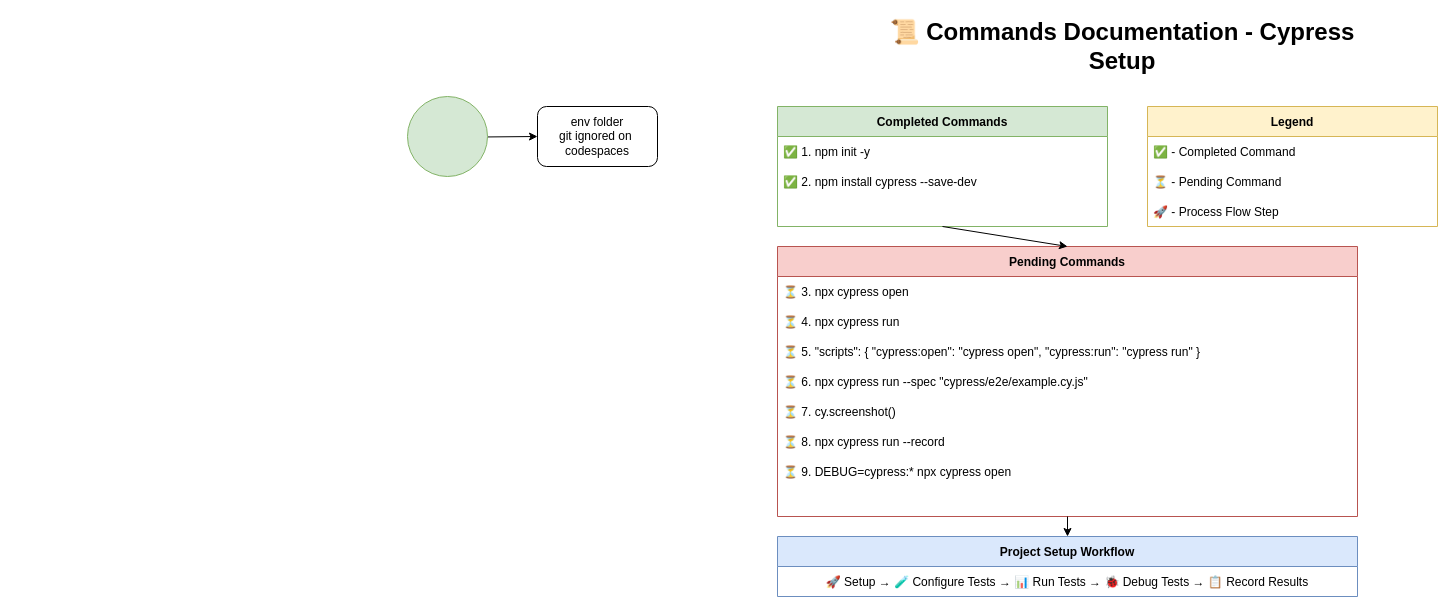
This is 2_✈️_Journey/2.3.1_journey.drawio from JPHardy/Cypress, a draw.io file, before an edit. Source tidied: cells renumbered, new cells numbered last; positions are measured from the earlier drawing's top-left corner, leaving out a move shared by most shapes. Both pictures are drawn from the tidied source at 100%, with x=0, y=0 at pixel (407, 26).
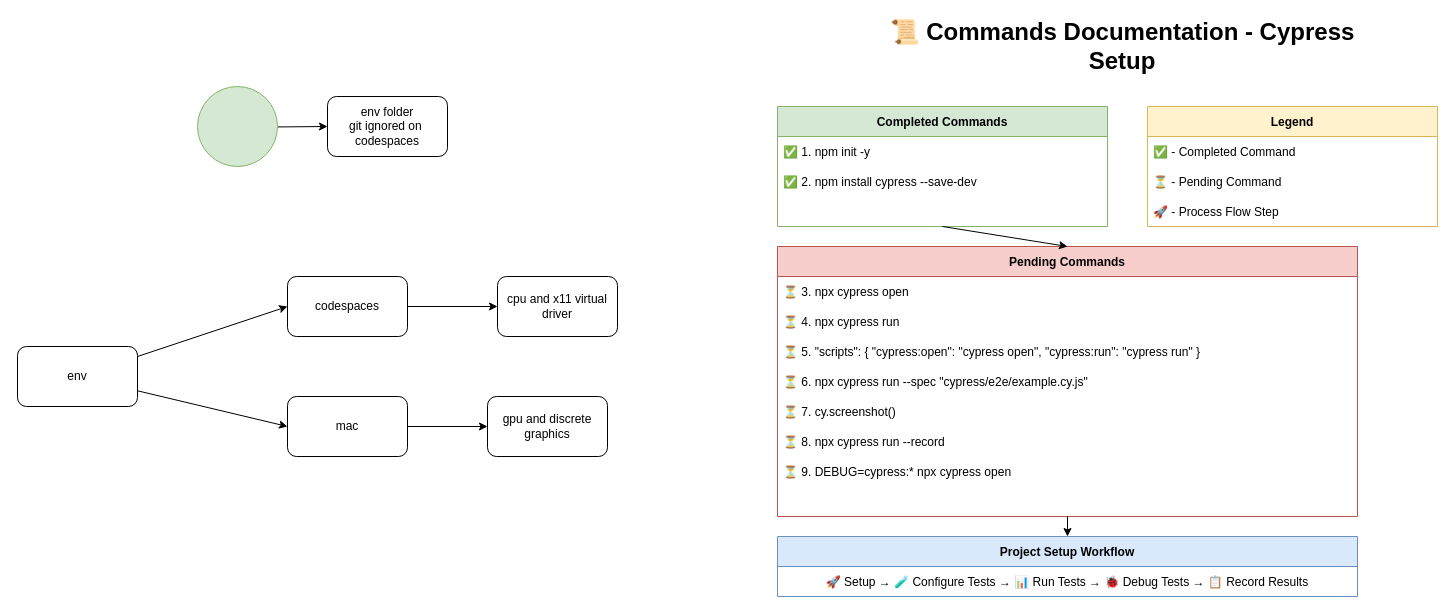
Above is the later version.

Commit message (it also covers changes not shown here):
Add Cypress setup guide for GitHub Codespaces and update journey diagram

The edit, as a diff of the source:
```diff
@@
     <mxCell id="22" value="env folder&lt;div&gt;git ignored on&amp;nbsp;&lt;/div&gt;&lt;div&gt;codespaces&lt;/div&gt;" style="rounded=1;whiteSpace=wrap;html=1;" parent="1" vertex="1">
-      <mxGeometry x="130" y="80" width="120" height="60" as="geometry" />
+      <mxGeometry x="-80" y="70" width="120" height="60" as="geometry" />
     </mxCell>
@@
     <mxCell id="24" style="ellipse;whiteSpace=wrap;html=1;fillColor=#d5e8d4;strokeColor=#82b366;" parent="1" vertex="1">
-      <mxGeometry y="70" width="80" height="80" as="geometry" />
+      <mxGeometry x="-210" y="60" width="80" height="80" as="geometry" />
     </mxCell>
+    <mxCell id="25" style="edgeStyle=none;html=1;entryX=0;entryY=0.5;entryDx=0;entryDy=0;" parent="1" edge="1" source="27" target="29">
+      <mxGeometry relative="1" as="geometry" />
+    </mxCell>
+    <mxCell id="26" style="edgeStyle=none;html=1;entryX=0;entryY=0.5;entryDx=0;entryDy=0;" parent="1" edge="1" source="27" target="31">
+      <mxGeometry relative="1" as="geometry" />
+    </mxCell>
+    <mxCell id="27" value="env" style="rounded=1;whiteSpace=wrap;html=1;" parent="1" vertex="1">
+      <mxGeometry x="-390" y="320" width="120" height="60" as="geometry" />
+    </mxCell>
+    <mxCell id="28" style="edgeStyle=none;html=1;entryX=0;entryY=0.5;entryDx=0;entryDy=0;" parent="1" edge="1" source="29" target="33">
+      <mxGeometry relative="1" as="geometry" />
+    </mxCell>
+    <mxCell id="29" value="codespaces" style="rounded=1;whiteSpace=wrap;html=1;" parent="1" vertex="1">
+      <mxGeometry x="-120" y="250" width="120" height="60" as="geometry" />
+    </mxCell>
+    <mxCell id="30" style="edgeStyle=none;html=1;" parent="1" edge="1" source="31" target="32">
+      <mxGeometry relative="1" as="geometry" />
+    </mxCell>
+    <mxCell id="31" value="mac" style="rounded=1;whiteSpace=wrap;html=1;" parent="1" vertex="1">
+      <mxGeometry x="-120" y="370" width="120" height="60" as="geometry" />
+    </mxCell>
+    <mxCell id="32" value="gpu and discrete graphics" style="rounded=1;whiteSpace=wrap;html=1;" parent="1" vertex="1">
+      <mxGeometry x="80" y="370" width="120" height="60" as="geometry" />
+    </mxCell>
+    <mxCell id="33" value="cpu and x11 virtual driver" style="rounded=1;whiteSpace=wrap;html=1;" parent="1" vertex="1">
+      <mxGeometry x="90" y="250" width="120" height="60" as="geometry" />
+    </mxCell>
```
